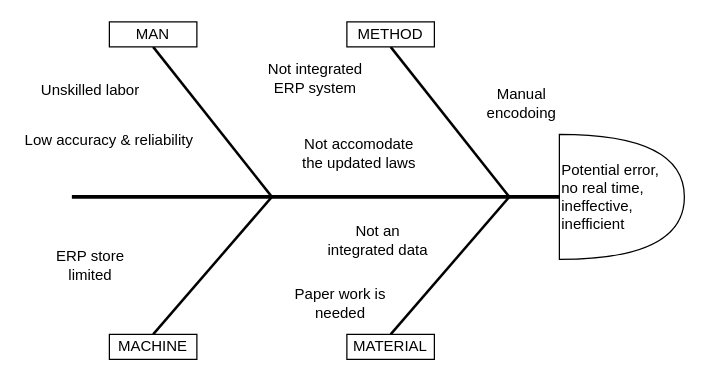
The draw.io diagram Untitled Diagram.drawio in ariesharry/Diagrams, before the edit. Source tidied: cells renumbered, new cells numbered last; positions are measured from the earlier drawing's top-left corner, leaving out a move shared by most shapes. Both pictures are drawn from the tidied source at 125%, with x=0, y=0 at pixel (21, 21).
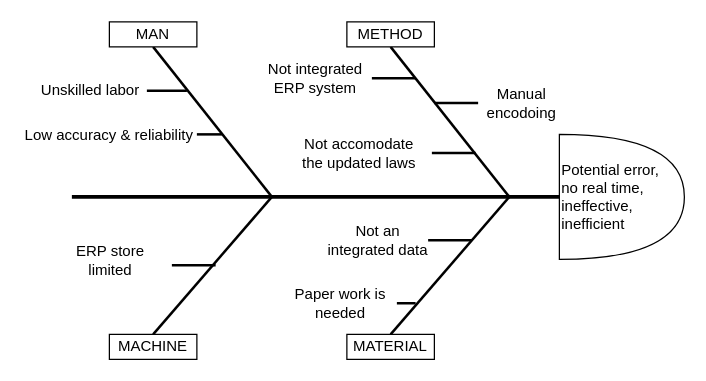
The same page after the edit.

The change refers to these unchanged cells:
```xml
<mxCell id="12" value="Unskilled labor" style="text;html=1;strokeColor=none;fillColor=none;align=center;verticalAlign=middle;whiteSpace=wrap;rounded=0;" parent="1" vertex="1">
  <mxGeometry x="10" y="40" width="90" height="30" as="geometry" />
</mxCell>
<mxCell id="14" value="Not integrated ERP system" style="text;html=1;strokeColor=none;fillColor=none;align=center;verticalAlign=middle;whiteSpace=wrap;rounded=0;" parent="1" vertex="1">
  <mxGeometry x="190" y="30" width="90" height="30" as="geometry" />
</mxCell>
<mxCell id="20" value="Paper work is needed" style="text;html=1;strokeColor=none;fillColor=none;align=center;verticalAlign=middle;whiteSpace=wrap;rounded=0;" parent="1" vertex="1">
  <mxGeometry x="210" y="210" width="90" height="30" as="geometry" />
</mxCell>
```

Change to the diagram source:
```diff
@@
     <mxCell id="13" value="Low accuracy &amp;amp; reliability" style="text;html=1;strokeColor=none;fillColor=none;align=center;verticalAlign=middle;whiteSpace=wrap;rounded=0;" parent="1" vertex="1">
-      <mxGeometry y="80" width="140" height="30" as="geometry" />
+      <mxGeometry y="76" width="140" height="30" as="geometry" />
     </mxCell>
@@
     <mxCell id="17" value="ERP store limited" style="text;html=1;strokeColor=none;fillColor=none;align=center;verticalAlign=middle;whiteSpace=wrap;rounded=0;" parent="1" vertex="1">
-      <mxGeometry x="10" y="180" width="90" height="30" as="geometry" />
+      <mxGeometry x="26" y="176" width="90" height="30" as="geometry" />
     </mxCell>
@@
+    <mxCell id="21" style="endArrow=none;html=1;rounded=0;strokeWidth=2;exitX=1;exitY=0.5;exitDx=0;exitDy=0;" parent="1" edge="1" source="12">
+      <mxGeometry relative="1" as="geometry">
+        <mxPoint x="132" y="55" as="targetPoint" />
+      </mxGeometry>
+    </mxCell>
+    <mxCell id="22" style="endArrow=none;html=1;rounded=0;strokeWidth=2;" parent="1" edge="1">
+      <mxGeometry relative="1" as="geometry">
+        <mxPoint x="140" y="90" as="sourcePoint" />
+        <mxPoint x="160" y="90" as="targetPoint" />
+      </mxGeometry>
+    </mxCell>
+    <mxCell id="23" style="endArrow=none;html=1;rounded=0;strokeWidth=2;exitX=1;exitY=0.5;exitDx=0;exitDy=0;" parent="1" edge="1" source="14">
+      <mxGeometry relative="1" as="geometry">
+        <mxPoint x="315" y="45" as="targetPoint" />
+      </mxGeometry>
+    </mxCell>
+    <mxCell id="24" style="endArrow=none;html=1;rounded=0;strokeWidth=2;exitX=1;exitY=0.5;exitDx=0;exitDy=0;" parent="1" edge="1">
+      <mxGeometry relative="1" as="geometry">
+        <mxPoint x="328" y="104.8" as="sourcePoint" />
+        <mxPoint x="363" y="104.8" as="targetPoint" />
+      </mxGeometry>
+    </mxCell>
+    <mxCell id="25" style="endArrow=none;html=1;rounded=0;strokeWidth=2;exitX=1;exitY=0.5;exitDx=0;exitDy=0;" parent="1" edge="1">
+      <mxGeometry relative="1" as="geometry">
+        <mxPoint x="330" y="64.8" as="sourcePoint" />
+        <mxPoint x="365" y="64.8" as="targetPoint" />
+      </mxGeometry>
+    </mxCell>
+    <mxCell id="26" style="endArrow=none;html=1;rounded=0;strokeWidth=2;exitX=1;exitY=0.5;exitDx=0;exitDy=0;" parent="1" edge="1">
+      <mxGeometry relative="1" as="geometry">
+        <mxPoint x="325" y="174.7" as="sourcePoint" />
+        <mxPoint x="360" y="174.7" as="targetPoint" />
+      </mxGeometry>
+    </mxCell>
+    <mxCell id="27" style="endArrow=none;html=1;rounded=0;strokeWidth=2;" parent="1" edge="1" source="20">
+      <mxGeometry relative="1" as="geometry">
+        <mxPoint x="315" y="225.1" as="targetPoint" />
+      </mxGeometry>
+    </mxCell>
+    <mxCell id="28" style="endArrow=none;html=1;rounded=0;strokeWidth=2;exitX=1;exitY=0.5;exitDx=0;exitDy=0;" parent="1" edge="1">
+      <mxGeometry relative="1" as="geometry">
+        <mxPoint x="120" y="194.6" as="sourcePoint" />
+        <mxPoint x="155" y="194.6" as="targetPoint" />
+      </mxGeometry>
+    </mxCell>
```
